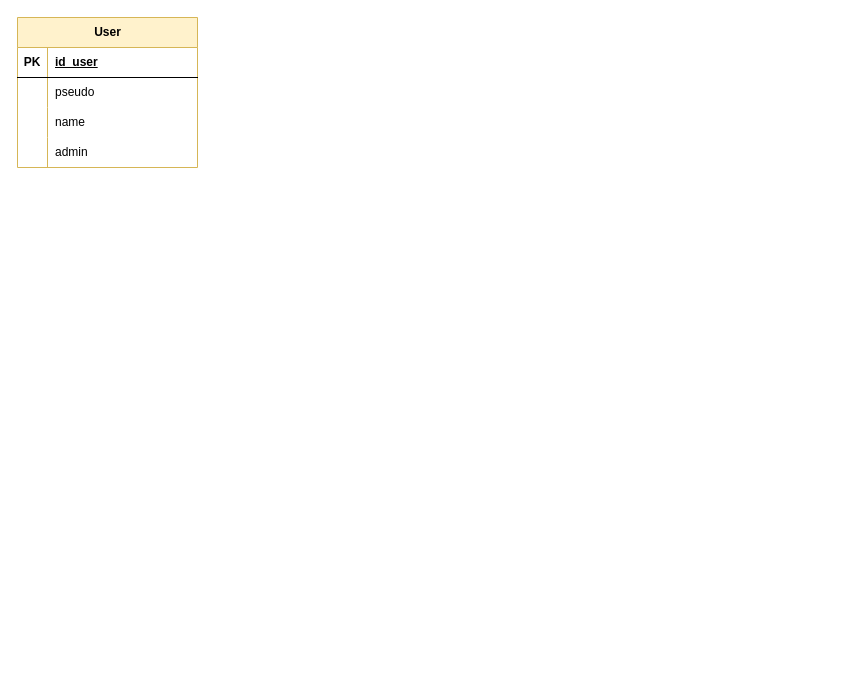
Earlier version of the draw.io diagram diagramme_bdd.drawio (Projet-ingenierie-logiciel-2A-JerRouTes/projet2A). Source tidied: cells renumbered, new cells numbered last; positions are measured from the earlier drawing's top-left corner, leaving out a move shared by most shapes. Both pictures are drawn from the tidied source at 100%, with x=0, y=0 at pixel (17, 17).
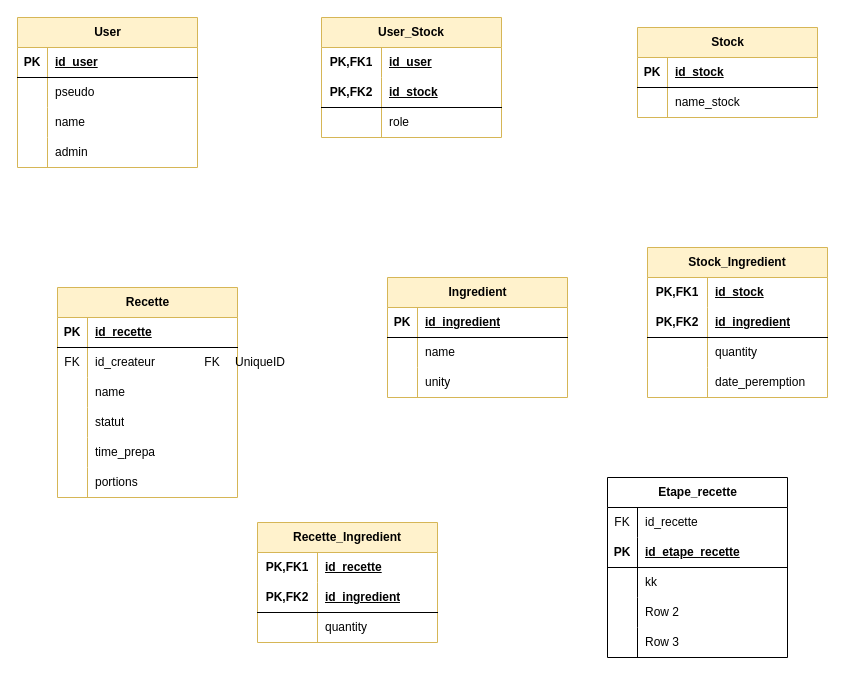
After the change.

Commit message (it also covers changes not shown here):
Mettre à jour diagramme_bdd.drawio

Change to the diagram source:
```diff
@@
+    <mxCell id="15" value="Stock" style="shape=table;startSize=30;childLayout=tableLayout;rowLines=0;fontStyle=1;align=center;html=1;fillColor=#fff2cc;strokeColor=#d6b656;" parent="1" vertex="1">
+      <mxGeometry x="620" y="10" width="180" height="90" as="geometry" />
+    </mxCell>
+    <mxCell id="16" style="shape=tableRow;horizontal=0;startSize=0;swimlaneHead=0;swimlaneBody=0;fillColor=none;top=0;left=0;right=0;bottom=1;" parent="15" vertex="1">
+      <mxGeometry y="30" width="180" height="30" as="geometry" />
+    </mxCell>
+    <mxCell id="17" value="PK" style="shape=partialRectangle;fillColor=none;top=0;left=0;bottom=0;right=0;fontStyle=1;overflow=hidden;whiteSpace=wrap;html=1;" parent="16" vertex="1">
+      <mxGeometry width="30" height="30" as="geometry" />
+    </mxCell>
+    <mxCell id="18" value="id_stock" style="shape=partialRectangle;fillColor=none;top=0;left=0;bottom=0;right=0;align=left;spacingLeft=6;fontStyle=5;overflow=hidden;whiteSpace=wrap;html=1;" parent="16" vertex="1">
+      <mxGeometry x="30" width="150" height="30" as="geometry" />
+    </mxCell>
+    <mxCell id="19" style="shape=tableRow;horizontal=0;startSize=0;swimlaneHead=0;swimlaneBody=0;fillColor=none;top=0;left=0;right=0;bottom=0;" parent="15" vertex="1">
+      <mxGeometry y="60" width="180" height="30" as="geometry" />
+    </mxCell>
+    <mxCell id="20" style="shape=partialRectangle;fillColor=none;top=0;left=0;bottom=0;right=0;overflow=hidden;whiteSpace=wrap;html=1;" parent="19" vertex="1">
+      <mxGeometry width="30" height="30" as="geometry" />
+    </mxCell>
+    <mxCell id="21" value="name_stock" style="shape=partialRectangle;fillColor=none;top=0;left=0;bottom=0;right=0;align=left;spacingLeft=6;overflow=hidden;whiteSpace=wrap;html=1;" parent="19" vertex="1">
+      <mxGeometry x="30" width="150" height="30" as="geometry" />
+    </mxCell>
+    <mxCell id="22" value="User_Stock" style="shape=table;startSize=30;childLayout=tableLayout;rowLines=0;fontStyle=1;align=center;html=1;whiteSpace=wrap;fillColor=#fff2cc;strokeColor=#d6b656;" parent="1" vertex="1">
+      <mxGeometry x="304" width="180" height="120" as="geometry" />
+    </mxCell>
+    <mxCell id="23" style="shape=tableRow;horizontal=0;startSize=0;swimlaneHead=0;swimlaneBody=0;fillColor=none;top=0;left=0;right=0;bottom=0;html=1;" parent="22" vertex="1">
+      <mxGeometry y="30" width="180" height="30" as="geometry" />
+    </mxCell>
+    <mxCell id="24" value="PK,FK1" style="shape=partialRectangle;fillColor=none;top=0;left=0;bottom=0;right=0;fontStyle=1;overflow=hidden;html=1;whiteSpace=wrap;" parent="23" vertex="1">
+      <mxGeometry width="60" height="30" as="geometry" />
+    </mxCell>
+    <mxCell id="25" value="id_user" style="shape=partialRectangle;fillColor=none;top=0;left=0;bottom=0;right=0;align=left;spacingLeft=6;fontStyle=5;overflow=hidden;html=1;whiteSpace=wrap;" parent="23" vertex="1">
+      <mxGeometry x="60" width="120" height="30" as="geometry" />
+    </mxCell>
+    <mxCell id="26" style="shape=tableRow;horizontal=0;startSize=0;swimlaneHead=0;swimlaneBody=0;fillColor=none;top=0;left=0;right=0;bottom=1;html=1;" parent="22" vertex="1">
+      <mxGeometry y="60" width="180" height="30" as="geometry" />
+    </mxCell>
+    <mxCell id="27" value="PK,FK2" style="shape=partialRectangle;fillColor=none;top=0;left=0;bottom=0;right=0;fontStyle=1;overflow=hidden;html=1;whiteSpace=wrap;" parent="26" vertex="1">
+      <mxGeometry width="60" height="30" as="geometry" />
+    </mxCell>
+    <mxCell id="28" value="id_stock" style="shape=partialRectangle;fillColor=none;top=0;left=0;bottom=0;right=0;align=left;spacingLeft=6;fontStyle=5;overflow=hidden;html=1;whiteSpace=wrap;" parent="26" vertex="1">
+      <mxGeometry x="60" width="120" height="30" as="geometry" />
+    </mxCell>
+    <mxCell id="29" style="shape=tableRow;horizontal=0;startSize=0;swimlaneHead=0;swimlaneBody=0;fillColor=none;top=0;left=0;right=0;bottom=0;html=1;" parent="22" vertex="1">
+      <mxGeometry y="90" width="180" height="30" as="geometry" />
+    </mxCell>
+    <mxCell id="30" style="shape=partialRectangle;fillColor=none;top=0;left=0;bottom=0;right=0;overflow=hidden;html=1;whiteSpace=wrap;" parent="29" vertex="1">
+      <mxGeometry width="60" height="30" as="geometry" />
+    </mxCell>
+    <mxCell id="31" value="role" style="shape=partialRectangle;fillColor=none;top=0;left=0;bottom=0;right=0;align=left;spacingLeft=6;overflow=hidden;html=1;whiteSpace=wrap;" parent="29" vertex="1">
+      <mxGeometry x="60" width="120" height="30" as="geometry" />
+    </mxCell>
+    <mxCell id="32" value="Ingredient" style="shape=table;startSize=30;childLayout=tableLayout;rowLines=0;fontStyle=1;align=center;html=1;fillColor=#fff2cc;strokeColor=#d6b656;" parent="1" vertex="1">
+      <mxGeometry x="370" y="260" width="180" height="120" as="geometry" />
+    </mxCell>
+    <mxCell id="33" style="shape=tableRow;horizontal=0;startSize=0;swimlaneHead=0;swimlaneBody=0;fillColor=none;top=0;left=0;right=0;bottom=1;" parent="32" vertex="1">
+      <mxGeometry y="30" width="180" height="30" as="geometry" />
+    </mxCell>
+    <mxCell id="34" value="PK" style="shape=partialRectangle;fillColor=none;top=0;left=0;bottom=0;right=0;fontStyle=1;overflow=hidden;whiteSpace=wrap;html=1;" parent="33" vertex="1">
+      <mxGeometry width="30" height="30" as="geometry" />
+    </mxCell>
+    <mxCell id="35" value="id_ingredient" style="shape=partialRectangle;fillColor=none;top=0;left=0;bottom=0;right=0;align=left;spacingLeft=6;fontStyle=5;overflow=hidden;whiteSpace=wrap;html=1;" parent="33" vertex="1">
+      <mxGeometry x="30" width="150" height="30" as="geometry" />
+    </mxCell>
+    <mxCell id="36" style="shape=tableRow;horizontal=0;startSize=0;swimlaneHead=0;swimlaneBody=0;fillColor=none;top=0;left=0;right=0;bottom=0;" parent="32" vertex="1">
+      <mxGeometry y="60" width="180" height="30" as="geometry" />
+    </mxCell>
+    <mxCell id="37" style="shape=partialRectangle;fillColor=none;top=0;left=0;bottom=0;right=0;overflow=hidden;whiteSpace=wrap;html=1;" parent="36" vertex="1">
+      <mxGeometry width="30" height="30" as="geometry" />
+    </mxCell>
+    <mxCell id="38" value="name" style="shape=partialRectangle;fillColor=none;top=0;left=0;bottom=0;right=0;align=left;spacingLeft=6;overflow=hidden;whiteSpace=wrap;html=1;" parent="36" vertex="1">
+      <mxGeometry x="30" width="150" height="30" as="geometry" />
+    </mxCell>
+    <mxCell id="39" style="shape=tableRow;horizontal=0;startSize=0;swimlaneHead=0;swimlaneBody=0;fillColor=none;top=0;left=0;right=0;bottom=0;" parent="32" vertex="1">
+      <mxGeometry y="90" width="180" height="30" as="geometry" />
+    </mxCell>
+    <mxCell id="40" style="shape=partialRectangle;fillColor=none;top=0;left=0;bottom=0;right=0;overflow=hidden;whiteSpace=wrap;html=1;" parent="39" vertex="1">
+      <mxGeometry width="30" height="30" as="geometry" />
+    </mxCell>
+    <mxCell id="41" value="unity" style="shape=partialRectangle;fillColor=none;top=0;left=0;bottom=0;right=0;align=left;spacingLeft=6;overflow=hidden;whiteSpace=wrap;html=1;" parent="39" vertex="1">
+      <mxGeometry x="30" width="150" height="30" as="geometry" />
+    </mxCell>
+    <mxCell id="42" value="&lt;div&gt;Stock_Ingredient&lt;/div&gt;" style="shape=table;startSize=30;childLayout=tableLayout;rowLines=0;fontStyle=1;align=center;html=1;whiteSpace=wrap;fillColor=#fff2cc;strokeColor=#d6b656;" parent="1" vertex="1">
+      <mxGeometry x="630" y="230" width="180" height="150" as="geometry" />
+    </mxCell>
+    <mxCell id="43" style="shape=tableRow;horizontal=0;startSize=0;swimlaneHead=0;swimlaneBody=0;fillColor=none;top=0;left=0;right=0;bottom=0;html=1;" parent="42" vertex="1">
+      <mxGeometry y="30" width="180" height="30" as="geometry" />
+    </mxCell>
+    <mxCell id="44" value="PK,FK1" style="shape=partialRectangle;fillColor=none;top=0;left=0;bottom=0;right=0;fontStyle=1;overflow=hidden;html=1;whiteSpace=wrap;" parent="43" vertex="1">
+      <mxGeometry width="60" height="30" as="geometry" />
+    </mxCell>
+    <mxCell id="45" value="id_stock" style="shape=partialRectangle;fillColor=none;top=0;left=0;bottom=0;right=0;align=left;spacingLeft=6;fontStyle=5;overflow=hidden;html=1;whiteSpace=wrap;" parent="43" vertex="1">
+      <mxGeometry x="60" width="120" height="30" as="geometry" />
+    </mxCell>
+    <mxCell id="46" style="shape=tableRow;horizontal=0;startSize=0;swimlaneHead=0;swimlaneBody=0;fillColor=none;top=0;left=0;right=0;bottom=1;html=1;" parent="42" vertex="1">
+      <mxGeometry y="60" width="180" height="30" as="geometry" />
+    </mxCell>
+    <mxCell id="47" value="PK,FK2" style="shape=partialRectangle;fillColor=none;top=0;left=0;bottom=0;right=0;fontStyle=1;overflow=hidden;html=1;whiteSpace=wrap;" parent="46" vertex="1">
+      <mxGeometry width="60" height="30" as="geometry" />
+    </mxCell>
+    <mxCell id="48" value="id_ingredient" style="shape=partialRectangle;fillColor=none;top=0;left=0;bottom=0;right=0;align=left;spacingLeft=6;fontStyle=5;overflow=hidden;html=1;whiteSpace=wrap;" parent="46" vertex="1">
+      <mxGeometry x="60" width="120" height="30" as="geometry" />
+    </mxCell>
+    <mxCell id="49" style="shape=tableRow;horizontal=0;startSize=0;swimlaneHead=0;swimlaneBody=0;fillColor=none;top=0;left=0;right=0;bottom=0;html=1;" parent="42" vertex="1">
+      <mxGeometry y="90" width="180" height="30" as="geometry" />
+    </mxCell>
+    <mxCell id="50" style="shape=partialRectangle;fillColor=none;top=0;left=0;bottom=0;right=0;overflow=hidden;html=1;whiteSpace=wrap;" parent="49" vertex="1">
+      <mxGeometry width="60" height="30" as="geometry" />
+    </mxCell>
+    <mxCell id="51" value="quantity" style="shape=partialRectangle;fillColor=none;top=0;left=0;bottom=0;right=0;align=left;spacingLeft=6;overflow=hidden;html=1;whiteSpace=wrap;" parent="49" vertex="1">
+      <mxGeometry x="60" width="120" height="30" as="geometry" />
+    </mxCell>
+    <mxCell id="52" style="shape=tableRow;horizontal=0;startSize=0;swimlaneHead=0;swimlaneBody=0;fillColor=none;top=0;left=0;right=0;bottom=0;html=1;" parent="42" vertex="1">
+      <mxGeometry y="120" width="180" height="30" as="geometry" />
+    </mxCell>
+    <mxCell id="53" style="shape=partialRectangle;fillColor=none;top=0;left=0;bottom=0;right=0;overflow=hidden;html=1;whiteSpace=wrap;" parent="52" vertex="1">
+      <mxGeometry width="60" height="30" as="geometry" />
+    </mxCell>
+    <mxCell id="54" value="date_peremption" style="shape=partialRectangle;fillColor=none;top=0;left=0;bottom=0;right=0;align=left;spacingLeft=6;overflow=hidden;html=1;whiteSpace=wrap;" parent="52" vertex="1">
+      <mxGeometry x="60" width="120" height="30" as="geometry" />
+    </mxCell>
+    <mxCell id="55" value="Recette" style="shape=table;startSize=30;childLayout=tableLayout;rowLines=0;fontStyle=1;align=center;html=1;fillColor=#fff2cc;strokeColor=#d6b656;" parent="1" vertex="1">
+      <mxGeometry x="40" y="270" width="180" height="210" as="geometry" />
+    </mxCell>
+    <mxCell id="56" style="shape=tableRow;horizontal=0;startSize=0;swimlaneHead=0;swimlaneBody=0;fillColor=none;top=0;left=0;right=0;bottom=1;" parent="55" vertex="1">
+      <mxGeometry y="30" width="180" height="30" as="geometry" />
+    </mxCell>
+    <mxCell id="57" value="PK" style="shape=partialRectangle;fillColor=none;top=0;left=0;bottom=0;right=0;fontStyle=1;overflow=hidden;whiteSpace=wrap;html=1;" parent="56" vertex="1">
+      <mxGeometry width="30" height="30" as="geometry" />
+    </mxCell>
+    <mxCell id="58" value="id_recette" style="shape=partialRectangle;fillColor=none;top=0;left=0;bottom=0;right=0;align=left;spacingLeft=6;fontStyle=5;overflow=hidden;whiteSpace=wrap;html=1;" parent="56" vertex="1">
+      <mxGeometry x="30" width="150" height="30" as="geometry" />
+    </mxCell>
+    <mxCell id="59" style="shape=tableRow;horizontal=0;startSize=0;swimlaneHead=0;swimlaneBody=0;fillColor=none;top=0;left=0;right=0;bottom=0;" parent="55" vertex="1">
+      <mxGeometry y="60" width="180" height="30" as="geometry" />
+    </mxCell>
+    <mxCell id="60" value="FK" style="shape=partialRectangle;fillColor=none;top=0;left=0;bottom=0;right=0;fontStyle=0;overflow=hidden;whiteSpace=wrap;html=1;" parent="59" vertex="1">
+      <mxGeometry width="30" height="30" as="geometry" />
+    </mxCell>
+    <mxCell id="61" value="id_createur" style="shape=partialRectangle;fillColor=none;top=0;left=0;bottom=0;right=0;align=left;spacingLeft=6;fontStyle=0;overflow=hidden;whiteSpace=wrap;html=1;" parent="59" vertex="1">
+      <mxGeometry x="30" width="150" height="30" as="geometry" />
+    </mxCell>
+    <mxCell id="62" style="shape=tableRow;horizontal=0;startSize=0;swimlaneHead=0;swimlaneBody=0;fillColor=none;top=0;left=0;right=0;bottom=0;" parent="55" vertex="1">
+      <mxGeometry y="90" width="180" height="30" as="geometry" />
+    </mxCell>
+    <mxCell id="63" style="shape=partialRectangle;fillColor=none;top=0;left=0;bottom=0;right=0;overflow=hidden;whiteSpace=wrap;html=1;" parent="62" vertex="1">
+      <mxGeometry width="30" height="30" as="geometry" />
+    </mxCell>
+    <mxCell id="64" value="name" style="shape=partialRectangle;fillColor=none;top=0;left=0;bottom=0;right=0;align=left;spacingLeft=6;overflow=hidden;whiteSpace=wrap;html=1;" parent="62" vertex="1">
+      <mxGeometry x="30" width="150" height="30" as="geometry" />
+    </mxCell>
+    <mxCell id="65" style="shape=tableRow;horizontal=0;startSize=0;swimlaneHead=0;swimlaneBody=0;fillColor=none;top=0;left=0;right=0;bottom=0;" parent="55" vertex="1">
+      <mxGeometry y="120" width="180" height="30" as="geometry" />
+    </mxCell>
+    <mxCell id="66" style="shape=partialRectangle;fillColor=none;top=0;left=0;bottom=0;right=0;overflow=hidden;whiteSpace=wrap;html=1;" parent="65" vertex="1">
+      <mxGeometry width="30" height="30" as="geometry" />
+    </mxCell>
+    <mxCell id="67" value="statut" style="shape=partialRectangle;fillColor=none;top=0;left=0;bottom=0;right=0;align=left;spacingLeft=6;overflow=hidden;whiteSpace=wrap;html=1;" parent="65" vertex="1">
+      <mxGeometry x="30" width="150" height="30" as="geometry" />
+    </mxCell>
+    <mxCell id="68" style="shape=tableRow;horizontal=0;startSize=0;swimlaneHead=0;swimlaneBody=0;fillColor=none;top=0;left=0;right=0;bottom=0;" parent="55" vertex="1">
+      <mxGeometry y="150" width="180" height="30" as="geometry" />
+    </mxCell>
+    <mxCell id="69" style="shape=partialRectangle;fillColor=none;top=0;left=0;bottom=0;right=0;overflow=hidden;whiteSpace=wrap;html=1;" parent="68" vertex="1">
+      <mxGeometry width="30" height="30" as="geometry" />
+    </mxCell>
+    <mxCell id="70" value="time_prepa" style="shape=partialRectangle;fillColor=none;top=0;left=0;bottom=0;right=0;align=left;spacingLeft=6;overflow=hidden;whiteSpace=wrap;html=1;" parent="68" vertex="1">
+      <mxGeometry x="30" width="150" height="30" as="geometry" />
+    </mxCell>
+    <mxCell id="71" style="shape=tableRow;horizontal=0;startSize=0;swimlaneHead=0;swimlaneBody=0;fillColor=none;top=0;left=0;right=0;bottom=0;" parent="55" vertex="1">
+      <mxGeometry y="180" width="180" height="30" as="geometry" />
+    </mxCell>
+    <mxCell id="72" style="shape=partialRectangle;fillColor=none;top=0;left=0;bottom=0;right=0;overflow=hidden;whiteSpace=wrap;html=1;" parent="71" vertex="1">
+      <mxGeometry width="30" height="30" as="geometry" />
+    </mxCell>
+    <mxCell id="73" value="portions" style="shape=partialRectangle;fillColor=none;top=0;left=0;bottom=0;right=0;align=left;spacingLeft=6;overflow=hidden;whiteSpace=wrap;html=1;" parent="71" vertex="1">
+      <mxGeometry x="30" width="150" height="30" as="geometry" />
+    </mxCell>
+    <mxCell id="74" value="Recette_Ingredient" style="shape=table;startSize=30;childLayout=tableLayout;rowLines=0;fontStyle=1;align=center;html=1;whiteSpace=wrap;fillColor=#fff2cc;strokeColor=#d6b656;" parent="1" vertex="1">
+      <mxGeometry x="240" y="505" width="180" height="120" as="geometry" />
+    </mxCell>
+    <mxCell id="75" style="shape=tableRow;horizontal=0;startSize=0;swimlaneHead=0;swimlaneBody=0;fillColor=none;top=0;left=0;right=0;bottom=0;html=1;" parent="74" vertex="1">
+      <mxGeometry y="30" width="180" height="30" as="geometry" />
+    </mxCell>
+    <mxCell id="76" value="PK,FK1" style="shape=partialRectangle;fillColor=none;top=0;left=0;bottom=0;right=0;fontStyle=1;overflow=hidden;html=1;whiteSpace=wrap;" parent="75" vertex="1">
+      <mxGeometry width="60" height="30" as="geometry" />
+    </mxCell>
+    <mxCell id="77" value="id_recette" style="shape=partialRectangle;fillColor=none;top=0;left=0;bottom=0;right=0;align=left;spacingLeft=6;fontStyle=5;overflow=hidden;html=1;whiteSpace=wrap;" parent="75" vertex="1">
+      <mxGeometry x="60" width="120" height="30" as="geometry" />
+    </mxCell>
+    <mxCell id="78" style="shape=tableRow;horizontal=0;startSize=0;swimlaneHead=0;swimlaneBody=0;fillColor=none;top=0;left=0;right=0;bottom=1;html=1;" parent="74" vertex="1">
+      <mxGeometry y="60" width="180" height="30" as="geometry" />
+    </mxCell>
+    <mxCell id="79" value="PK,FK2" style="shape=partialRectangle;fillColor=none;top=0;left=0;bottom=0;right=0;fontStyle=1;overflow=hidden;html=1;whiteSpace=wrap;" parent="78" vertex="1">
+      <mxGeometry width="60" height="30" as="geometry" />
+    </mxCell>
+    <mxCell id="80" value="id_ingredient" style="shape=partialRectangle;fillColor=none;top=0;left=0;bottom=0;right=0;align=left;spacingLeft=6;fontStyle=5;overflow=hidden;html=1;whiteSpace=wrap;" parent="78" vertex="1">
+      <mxGeometry x="60" width="120" height="30" as="geometry" />
+    </mxCell>
+    <mxCell id="81" style="shape=tableRow;horizontal=0;startSize=0;swimlaneHead=0;swimlaneBody=0;fillColor=none;top=0;left=0;right=0;bottom=0;html=1;" parent="74" vertex="1">
+      <mxGeometry y="90" width="180" height="30" as="geometry" />
+    </mxCell>
+    <mxCell id="82" style="shape=partialRectangle;fillColor=none;top=0;left=0;bottom=0;right=0;overflow=hidden;html=1;whiteSpace=wrap;" parent="81" vertex="1">
+      <mxGeometry width="60" height="30" as="geometry" />
+    </mxCell>
+    <mxCell id="83" value="quantity" style="shape=partialRectangle;fillColor=none;top=0;left=0;bottom=0;right=0;align=left;spacingLeft=6;overflow=hidden;html=1;whiteSpace=wrap;" parent="81" vertex="1">
+      <mxGeometry x="60" width="120" height="30" as="geometry" />
+    </mxCell>
+    <mxCell id="84" value="Etape_recette" style="shape=table;startSize=30;childLayout=tableLayout;rowLines=0;fontStyle=1;align=center;html=1;" parent="1" vertex="1">
+      <mxGeometry x="590" y="460" width="180" height="180" as="geometry" />
+    </mxCell>
+    <mxCell id="85" style="shape=tableRow;horizontal=0;startSize=0;swimlaneHead=0;swimlaneBody=0;fillColor=none;top=0;left=0;right=0;bottom=0;" parent="84" vertex="1">
+      <mxGeometry y="30" width="180" height="30" as="geometry" />
+    </mxCell>
+    <mxCell id="86" value="FK" style="shape=partialRectangle;fillColor=none;top=0;left=0;bottom=0;right=0;fontStyle=0;overflow=hidden;whiteSpace=wrap;html=1;" parent="85" vertex="1">
+      <mxGeometry width="30" height="30" as="geometry" />
+    </mxCell>
+    <mxCell id="87" value="id_recette" style="shape=partialRectangle;fillColor=none;top=0;left=0;bottom=0;right=0;align=left;spacingLeft=6;fontStyle=0;overflow=hidden;whiteSpace=wrap;html=1;" parent="85" vertex="1">
+      <mxGeometry x="30" width="150" height="30" as="geometry" />
+    </mxCell>
+    <mxCell id="88" style="shape=tableRow;horizontal=0;startSize=0;swimlaneHead=0;swimlaneBody=0;fillColor=none;top=0;left=0;right=0;bottom=1;" parent="84" vertex="1">
+      <mxGeometry y="60" width="180" height="30" as="geometry" />
+    </mxCell>
+    <mxCell id="89" value="PK" style="shape=partialRectangle;fillColor=none;top=0;left=0;bottom=0;right=0;fontStyle=1;overflow=hidden;whiteSpace=wrap;html=1;" parent="88" vertex="1">
+      <mxGeometry width="30" height="30" as="geometry" />
+    </mxCell>
+    <mxCell id="90" value="id_etape_recette" style="shape=partialRectangle;fillColor=none;top=0;left=0;bottom=0;right=0;align=left;spacingLeft=6;fontStyle=5;overflow=hidden;whiteSpace=wrap;html=1;" parent="88" vertex="1">
+      <mxGeometry x="30" width="150" height="30" as="geometry" />
+    </mxCell>
+    <mxCell id="91" style="shape=tableRow;horizontal=0;startSize=0;swimlaneHead=0;swimlaneBody=0;fillColor=none;top=0;left=0;right=0;bottom=0;" parent="84" vertex="1">
+      <mxGeometry y="90" width="180" height="30" as="geometry" />
+    </mxCell>
+    <mxCell id="92" style="shape=partialRectangle;fillColor=none;top=0;left=0;bottom=0;right=0;overflow=hidden;whiteSpace=wrap;html=1;" parent="91" vertex="1">
+      <mxGeometry width="30" height="30" as="geometry" />
+    </mxCell>
+    <mxCell id="93" value="kk" style="shape=partialRectangle;fillColor=none;top=0;left=0;bottom=0;right=0;align=left;spacingLeft=6;overflow=hidden;whiteSpace=wrap;html=1;" parent="91" vertex="1">
+      <mxGeometry x="30" width="150" height="30" as="geometry" />
+    </mxCell>
+    <mxCell id="94" style="shape=tableRow;horizontal=0;startSize=0;swimlaneHead=0;swimlaneBody=0;fillColor=none;top=0;left=0;right=0;bottom=0;" parent="84" vertex="1">
+      <mxGeometry y="120" width="180" height="30" as="geometry" />
+    </mxCell>
+    <mxCell id="95" style="shape=partialRectangle;fillColor=none;top=0;left=0;bottom=0;right=0;overflow=hidden;whiteSpace=wrap;html=1;" parent="94" vertex="1">
+      <mxGeometry width="30" height="30" as="geometry" />
+    </mxCell>
+    <mxCell id="96" value="Row 2" style="shape=partialRectangle;fillColor=none;top=0;left=0;bottom=0;right=0;align=left;spacingLeft=6;overflow=hidden;whiteSpace=wrap;html=1;" parent="94" vertex="1">
+      <mxGeometry x="30" width="150" height="30" as="geometry" />
+    </mxCell>
+    <mxCell id="97" style="shape=tableRow;horizontal=0;startSize=0;swimlaneHead=0;swimlaneBody=0;fillColor=none;top=0;left=0;right=0;bottom=0;" parent="84" vertex="1">
+      <mxGeometry y="150" width="180" height="30" as="geometry" />
+    </mxCell>
+    <mxCell id="98" style="shape=partialRectangle;fillColor=none;top=0;left=0;bottom=0;right=0;overflow=hidden;whiteSpace=wrap;html=1;" parent="97" vertex="1">
+      <mxGeometry width="30" height="30" as="geometry" />
+    </mxCell>
+    <mxCell id="99" value="Row 3" style="shape=partialRectangle;fillColor=none;top=0;left=0;bottom=0;right=0;align=left;spacingLeft=6;overflow=hidden;whiteSpace=wrap;html=1;" parent="97" vertex="1">
+      <mxGeometry x="30" width="150" height="30" as="geometry" />
+    </mxCell>
+    <mxCell id="100" style="shape=table;startSize=0;childLayout=tableLayout;rowLines=0;fontStyle=0;align=center;strokeColor=none;fillColor=none;" parent="1" vertex="1">
+      <mxGeometry x="180" y="330" width="180" height="30" as="geometry" />
+    </mxCell>
+    <mxCell id="101" style="shape=tableRow;horizontal=0;startSize=0;swimlaneHead=0;swimlaneBody=0;fillColor=none;top=0;left=0;right=0;bottom=0;" parent="100" vertex="1">
+      <mxGeometry width="180" height="30" as="geometry" />
+    </mxCell>
+    <mxCell id="102" value="FK" style="shape=partialRectangle;fillColor=none;top=0;left=0;bottom=0;right=0;fontStyle=0;overflow=hidden;whiteSpace=wrap;html=1;" parent="101" vertex="1">
+      <mxGeometry width="30" height="30" as="geometry" />
+    </mxCell>
+    <mxCell id="103" value="UniqueID" style="shape=partialRectangle;fillColor=none;top=0;left=0;bottom=0;right=0;align=left;spacingLeft=6;fontStyle=0;overflow=hidden;whiteSpace=wrap;html=1;" parent="101" vertex="1">
+      <mxGeometry x="30" width="150" height="30" as="geometry" />
+    </mxCell>
```
